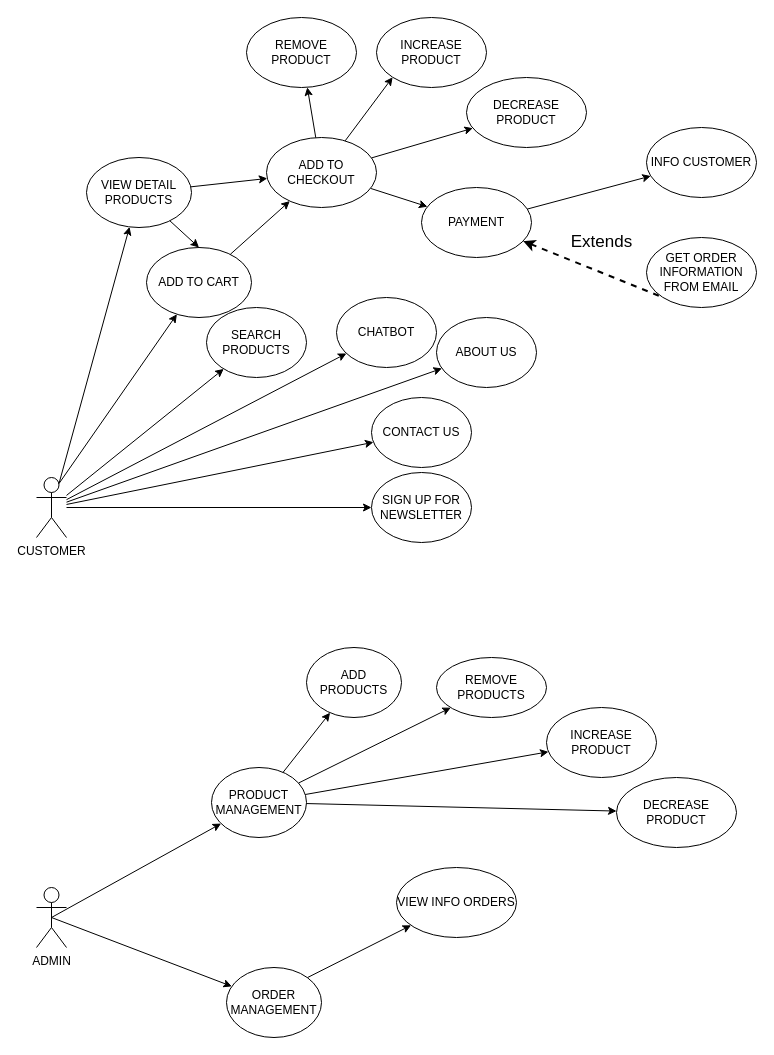
Nghi1/ShoesE keeps this draw.io diagram as Untitled Diagram.drawio. Above is the earlier version. Source tidied: cells renumbered, new cells numbered last; positions are measured from the earlier drawing's top-left corner, leaving out a move shared by most shapes. Both pictures are drawn from the tidied source at 100%, with x=0, y=0 at pixel (36, 17).
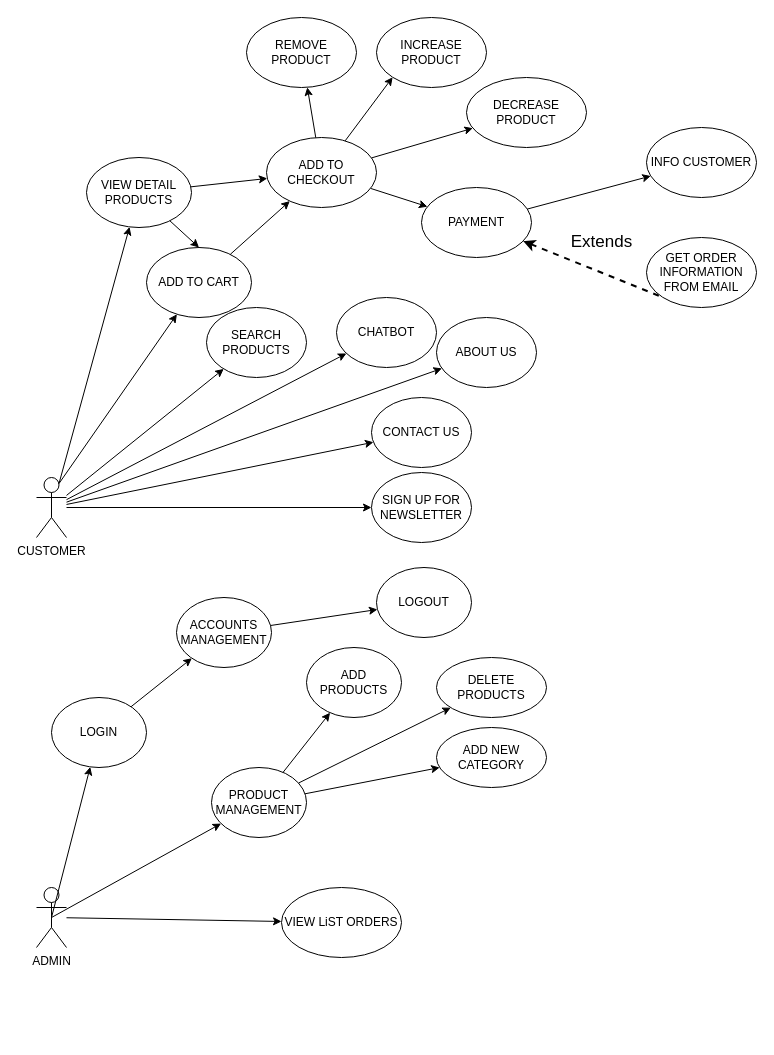
The same page after the edit.

The change refers to these unchanged cells:
```xml
<mxCell id="3" value="ADMIN" style="shape=umlActor;verticalLabelPosition=bottom;verticalAlign=top;html=1;outlineConnect=0;" parent="1" vertex="1">
  <mxGeometry y="870" width="30" height="60" as="geometry" />
</mxCell>
<mxCell id="12" value="PRODUCT MANAGEMENT" style="ellipse;whiteSpace=wrap;html=1;" parent="1" vertex="1">
  <mxGeometry x="175" y="750" width="95" height="70" as="geometry" />
</mxCell>
```

What changed in the source:
```diff
@@
-    <mxCell id="9" value="REMOVE PRODUCTS" style="ellipse;whiteSpace=wrap;html=1;" parent="1" vertex="1">
+    <mxCell id="9" value="DELETE PRODUCTS" style="ellipse;whiteSpace=wrap;html=1;" parent="1" vertex="1">
       <mxGeometry x="400" y="640" width="110" height="60" as="geometry" />
     </mxCell>
-    <mxCell id="10" value="INCREASE PRODUCT" style="ellipse;whiteSpace=wrap;html=1;" parent="1" vertex="1">
-      <mxGeometry x="510" y="690" width="110" height="70" as="geometry" />
-    </mxCell>
-    <mxCell id="11" value="DECREASE PRODUCT" style="ellipse;whiteSpace=wrap;html=1;" parent="1" vertex="1">
-      <mxGeometry x="580" y="760" width="120" height="70" as="geometry" />
-    </mxCell>
@@
-    <mxCell id="15" style="endArrow=classic;html=1;rounded=0;" parent="1" edge="1" source="12" target="10">
-      <mxGeometry relative="1" as="geometry" />
-    </mxCell>
-    <mxCell id="16" style="endArrow=classic;html=1;rounded=0;" parent="1" edge="1" source="12" target="11">
-      <mxGeometry relative="1" as="geometry" />
-    </mxCell>
@@
-    <mxCell id="18" value="ORDER MANAGEMENT" style="ellipse;whiteSpace=wrap;html=1;" parent="1" vertex="1">
-      <mxGeometry x="190" y="950" width="95" height="70" as="geometry" />
-    </mxCell>
-    <mxCell id="19" style="endArrow=classic;html=1;rounded=0;exitX=0.5;exitY=0.5;exitDx=0;exitDy=0;exitPerimeter=0;" parent="1" edge="1" source="3" target="18">
-      <mxGeometry relative="1" as="geometry" />
-    </mxCell>
-    <mxCell id="20" value="VIEW INFO ORDERS" style="ellipse;whiteSpace=wrap;html=1;" parent="1" vertex="1">
-      <mxGeometry x="360" y="850" width="120" height="70" as="geometry" />
+    <mxCell id="20" value="VIEW LiST ORDERS" style="ellipse;whiteSpace=wrap;html=1;" parent="1" vertex="1">
+      <mxGeometry x="245" y="870" width="120" height="70" as="geometry" />
     </mxCell>
-    <mxCell id="21" style="endArrow=classic;html=1;rounded=0;exitX=1;exitY=0;exitDx=0;exitDy=0;" parent="1" edge="1" source="18" target="20">
+    <mxCell id="21" style="endArrow=classic;html=1;rounded=0;" parent="1" edge="1" source="3" target="20">
       <mxGeometry relative="1" as="geometry" />
     </mxCell>
@@
+    <mxCell id="50" value="ADD NEW CATEGORY" style="ellipse;whiteSpace=wrap;html=1;" parent="1" vertex="1">
+      <mxGeometry x="400" y="710" width="110" height="60" as="geometry" />
+    </mxCell>
+    <mxCell id="51" style="endArrow=classic;html=1;rounded=0;" parent="1" edge="1" source="12" target="50">
+      <mxGeometry relative="1" as="geometry" />
+    </mxCell>
+    <mxCell id="52" value="LOGIN" style="ellipse;whiteSpace=wrap;html=1;" parent="1" vertex="1">
+      <mxGeometry x="15" y="680" width="95" height="70" as="geometry" />
+    </mxCell>
+    <mxCell id="53" style="endArrow=classic;html=1;rounded=0;exitX=0.5;exitY=0.5;exitDx=0;exitDy=0;exitPerimeter=0;" parent="1" edge="1" source="3" target="52">
+      <mxGeometry relative="1" as="geometry" />
+    </mxCell>
+    <mxCell id="54" value="ACCOUNTS MANAGEMENT" style="ellipse;whiteSpace=wrap;html=1;" parent="1" vertex="1">
+      <mxGeometry x="140" y="580" width="95" height="70" as="geometry" />
+    </mxCell>
+    <mxCell id="55" style="endArrow=classic;html=1;rounded=0;" parent="1" edge="1" source="52" target="54">
+      <mxGeometry relative="1" as="geometry" />
+    </mxCell>
+    <mxCell id="56" value="LOGOUT" style="ellipse;whiteSpace=wrap;html=1;" parent="1" vertex="1">
+      <mxGeometry x="340" y="550" width="95" height="70" as="geometry" />
+    </mxCell>
+    <mxCell id="57" style="endArrow=classic;html=1;rounded=0;" parent="1" edge="1" source="54" target="56">
+      <mxGeometry relative="1" as="geometry" />
+    </mxCell>
```
